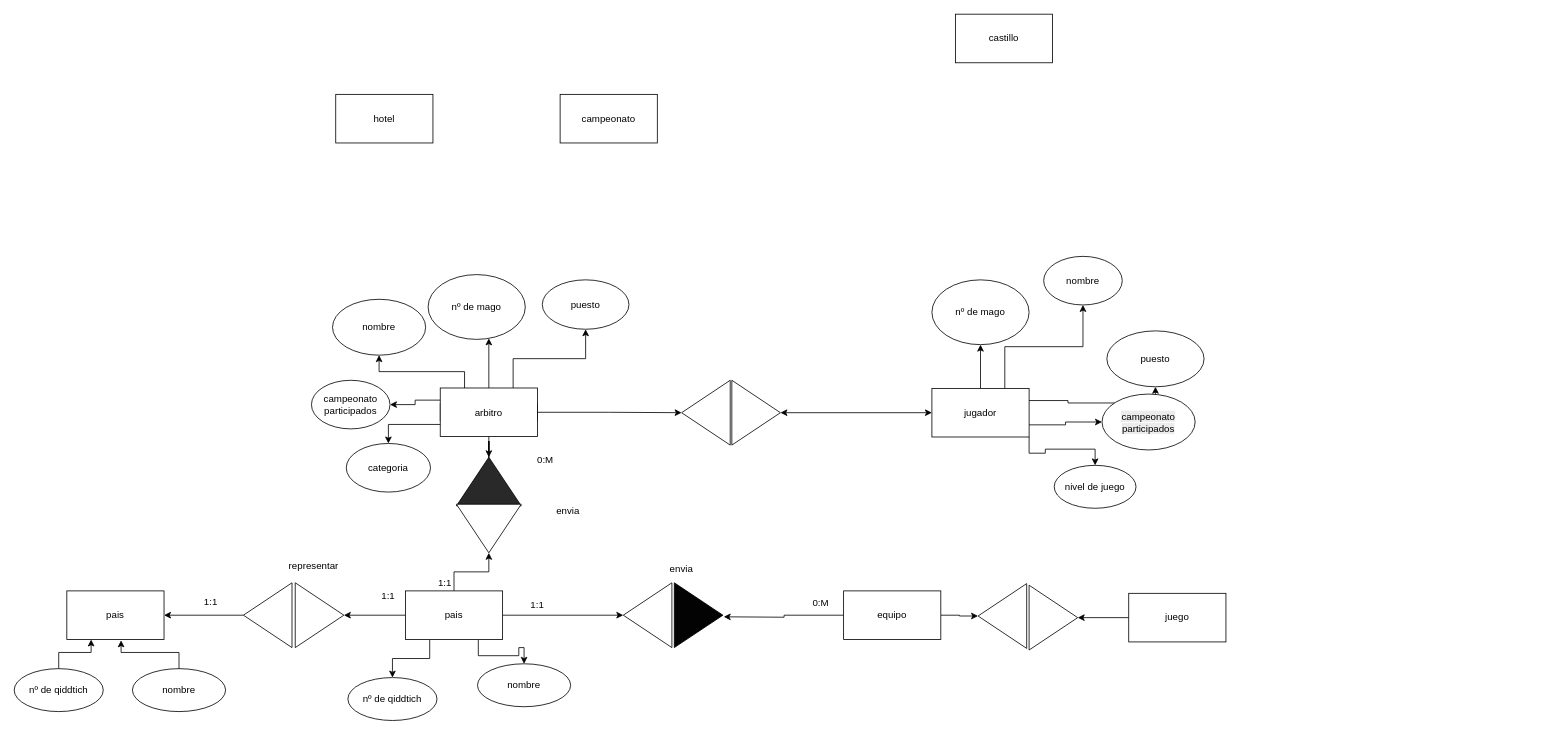
Above: 2.20.drawio in aaron7780/Portafolio (draw.io), before the change. Source tidied: cells renumbered, new cells numbered last; positions are measured from the earlier drawing's top-left corner, leaving out a move shared by most shapes. Both pictures are drawn from the tidied source at 81%, with x=0, y=0 at pixel (14, 14).
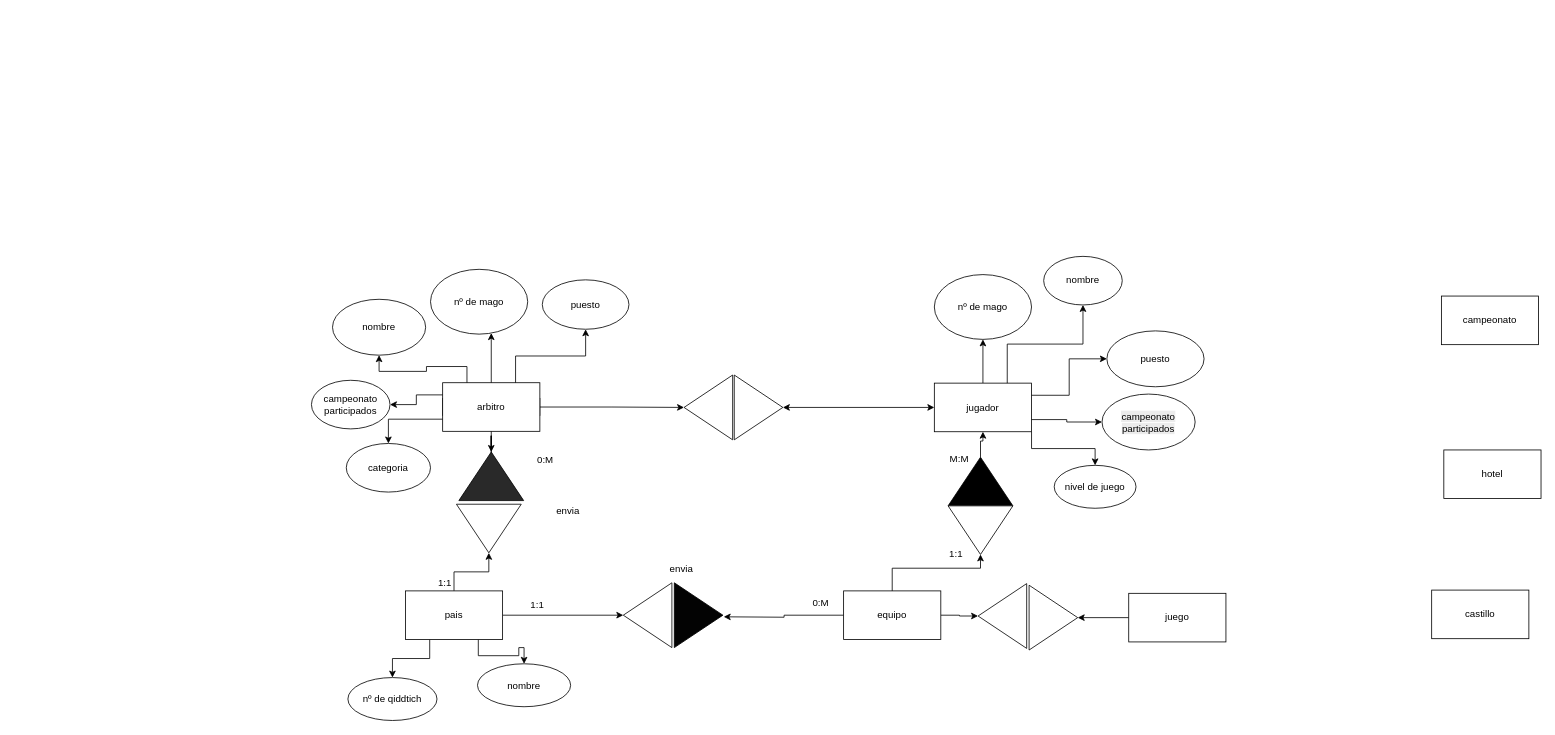
Above is the later version.

The change refers to these unchanged cells:
```xml
<mxCell id="12" value="jugador" style="rounded=0;whiteSpace=wrap;html=1;" parent="2" vertex="1">
  <mxGeometry x="607" y="134" width="120" height="60" as="geometry" />
</mxCell>
<mxCell id="38" value="pais" style="rounded=0;whiteSpace=wrap;html=1;" parent="1" vertex="1">
  <mxGeometry x="483" y="712" width="120" height="60" as="geometry" />
</mxCell>
<mxCell id="41" value="equipo" style="rounded=0;whiteSpace=wrap;html=1;" parent="1" vertex="1">
  <mxGeometry x="1024" y="712" width="120" height="60" as="geometry" />
</mxCell>
```

Diff of the diagram source:
```diff
@@
     <mxCell id="2" style="group;" parent="1" vertex="1">
-      <mxGeometry x="526" y="328" width="727" height="276.5" as="geometry" />
+      <mxGeometry x="529" y="321.5" width="727" height="276.5" as="geometry" />
     </mxCell>
@@
+    <mxCell id="71" style="edgeStyle=orthogonalEdgeStyle;rounded=0;jettySize=auto;html=1;entryX=0.5;entryY=1;entryDx=0;entryDy=0;" parent="2" edge="1" source="72" target="12">
+      <mxGeometry relative="1" as="geometry" />
+    </mxCell>
+    <mxCell id="72" style="triangle;whiteSpace=wrap;html=1;shapeInside=1;rotation=-90;fillColor=#000000;" parent="2" vertex="1">
+      <mxGeometry x="634" y="215.5" width="60" height="80" as="geometry" />
+    </mxCell>
@@
-    <mxCell id="35" style="edgeStyle=orthogonalEdgeStyle;rounded=0;jettySize=auto;html=1;" parent="1" edge="1" source="38" target="55">
-      <mxGeometry relative="1" as="geometry" />
-    </mxCell>
@@
     <mxCell id="42" value="campeonato" style="rounded=0;whiteSpace=wrap;html=1;" parent="1" vertex="1">
-      <mxGeometry x="674" y="99" width="120" height="60" as="geometry" />
+      <mxGeometry x="1762" y="348" width="120" height="60" as="geometry" />
     </mxCell>
@@
     <mxCell id="45" value="castillo" style="rounded=0;whiteSpace=wrap;html=1;" parent="1" vertex="1">
-      <mxGeometry x="1162" width="120" height="60" as="geometry" />
+      <mxGeometry x="1750" y="711" width="120" height="60" as="geometry" />
     </mxCell>
     <mxCell id="46" value="hotel" style="rounded=0;whiteSpace=wrap;html=1;" parent="1" vertex="1">
-      <mxGeometry x="397" y="99" width="120" height="60" as="geometry" />
+      <mxGeometry x="1765" y="538" width="120" height="60" as="geometry" />
     </mxCell>
@@
-    <mxCell id="55" style="triangle;whiteSpace=wrap;html=1;shapeInside=1;" parent="1" vertex="1">
-      <mxGeometry x="347" y="702" width="60" height="80" as="geometry" />
-    </mxCell>
-    <mxCell id="56" style="edgeStyle=orthogonalEdgeStyle;rounded=0;jettySize=auto;html=1;" parent="1" edge="1" source="57" target="58">
-      <mxGeometry relative="1" as="geometry" />
-    </mxCell>
-    <mxCell id="57" style="triangle;whiteSpace=wrap;html=1;shapeInside=1;rotation=-180;" parent="1" vertex="1">
-      <mxGeometry x="283" y="702" width="60" height="80" as="geometry" />
-    </mxCell>
-    <mxCell id="58" value="pais" style="rounded=0;whiteSpace=wrap;html=1;" parent="1" vertex="1">
-      <mxGeometry x="65" y="712" width="120" height="60" as="geometry" />
-    </mxCell>
@@
-    <mxCell id="60" value="representar" style="text;html=1;whiteSpace=wrap;strokeColor=none;fillColor=none;align=center;verticalAlign=middle;rounded=0;" parent="1" vertex="1">
-      <mxGeometry x="340" y="667" width="60" height="30" as="geometry" />
-    </mxCell>
-    <mxCell id="61" value="1:1" style="text;html=1;whiteSpace=wrap;strokeColor=none;fillColor=none;align=center;verticalAlign=middle;rounded=0;" parent="1" vertex="1">
-      <mxGeometry x="213" y="711" width="60" height="30" as="geometry" />
-    </mxCell>
@@
-    <mxCell id="64" value="nombre" style="ellipse;whiteSpace=wrap;html=1;shapeInside=1;" parent="1" vertex="1">
-      <mxGeometry x="146" y="808" width="115" height="53" as="geometry" />
-    </mxCell>
-    <mxCell id="65" style="edgeStyle=orthogonalEdgeStyle;rounded=0;jettySize=auto;html=1;entryX=0.25;entryY=1;entryDx=0;entryDy=0;" parent="1" edge="1" source="66" target="58">
-      <mxGeometry relative="1" as="geometry" />
-    </mxCell>
-    <mxCell id="66" value="nº de qiddtich" style="ellipse;whiteSpace=wrap;html=1;shapeInside=1;" parent="1" vertex="1">
-      <mxGeometry y="808" width="110" height="53" as="geometry" />
-    </mxCell>
-    <mxCell id="67" style="edgeStyle=orthogonalEdgeStyle;rounded=0;jettySize=auto;html=1;entryX=0.558;entryY=1.017;entryDx=0;entryDy=0;entryPerimeter=0;" parent="1" edge="1" source="64" target="58">
-      <mxGeometry relative="1" as="geometry" />
-    </mxCell>
-    <mxCell id="68" value="1:1" style="text;html=1;whiteSpace=wrap;strokeColor=none;fillColor=none;align=center;verticalAlign=middle;rounded=0;" parent="1" vertex="1">
-      <mxGeometry x="432" y="703" width="60" height="30" as="geometry" />
-    </mxCell>
@@
+    <mxCell id="73" style="edgeStyle=orthogonalEdgeStyle;rounded=0;jettySize=auto;html=1;" parent="1" edge="1" source="41" target="74">
+      <mxGeometry x="-0.45" relative="1" as="geometry">
+        <Array as="points">
+          <mxPoint x="1084" y="684" />
+          <mxPoint x="1193" y="684" />
+        </Array>
+      </mxGeometry>
+    </mxCell>
+    <mxCell id="74" style="triangle;whiteSpace=wrap;html=1;shapeInside=1;rotation=90;" parent="1" vertex="1">
+      <mxGeometry x="1163" y="597" width="60" height="80" as="geometry" />
+    </mxCell>
+    <mxCell id="75" value="M:M" style="text;html=1;whiteSpace=wrap;strokeColor=none;fillColor=none;align=center;verticalAlign=middle;rounded=0;" parent="1" vertex="1">
+      <mxGeometry x="1137" y="534" width="60" height="30" as="geometry" />
+    </mxCell>
+    <mxCell id="76" value="1:1" style="text;html=1;whiteSpace=wrap;strokeColor=none;fillColor=none;align=center;verticalAlign=middle;rounded=0;" parent="1" vertex="1">
+      <mxGeometry x="1133" y="652" width="60" height="30" as="geometry" />
+    </mxCell>
```
